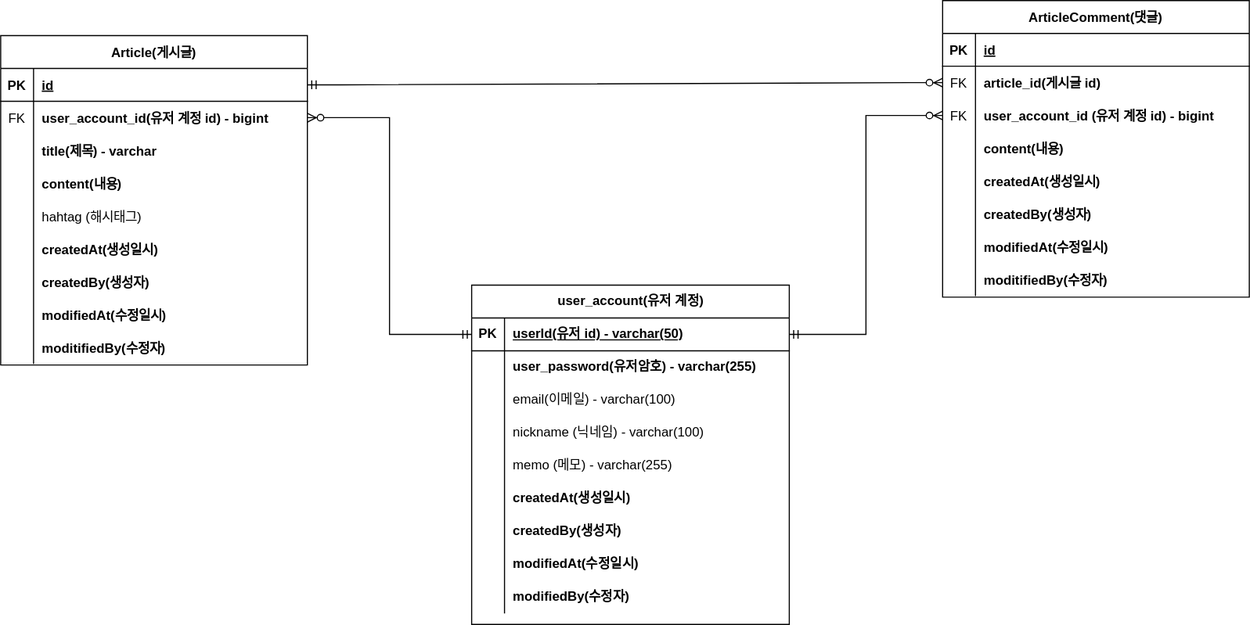
Before: document/project-board-erd.svg, a diagram exported from draw.io (dongmin132/board-springBoot). Source tidied: cells renumbered, new cells last; positions are measured from the earlier drawing's top-left corner, leaving out a move shared by most shapes.
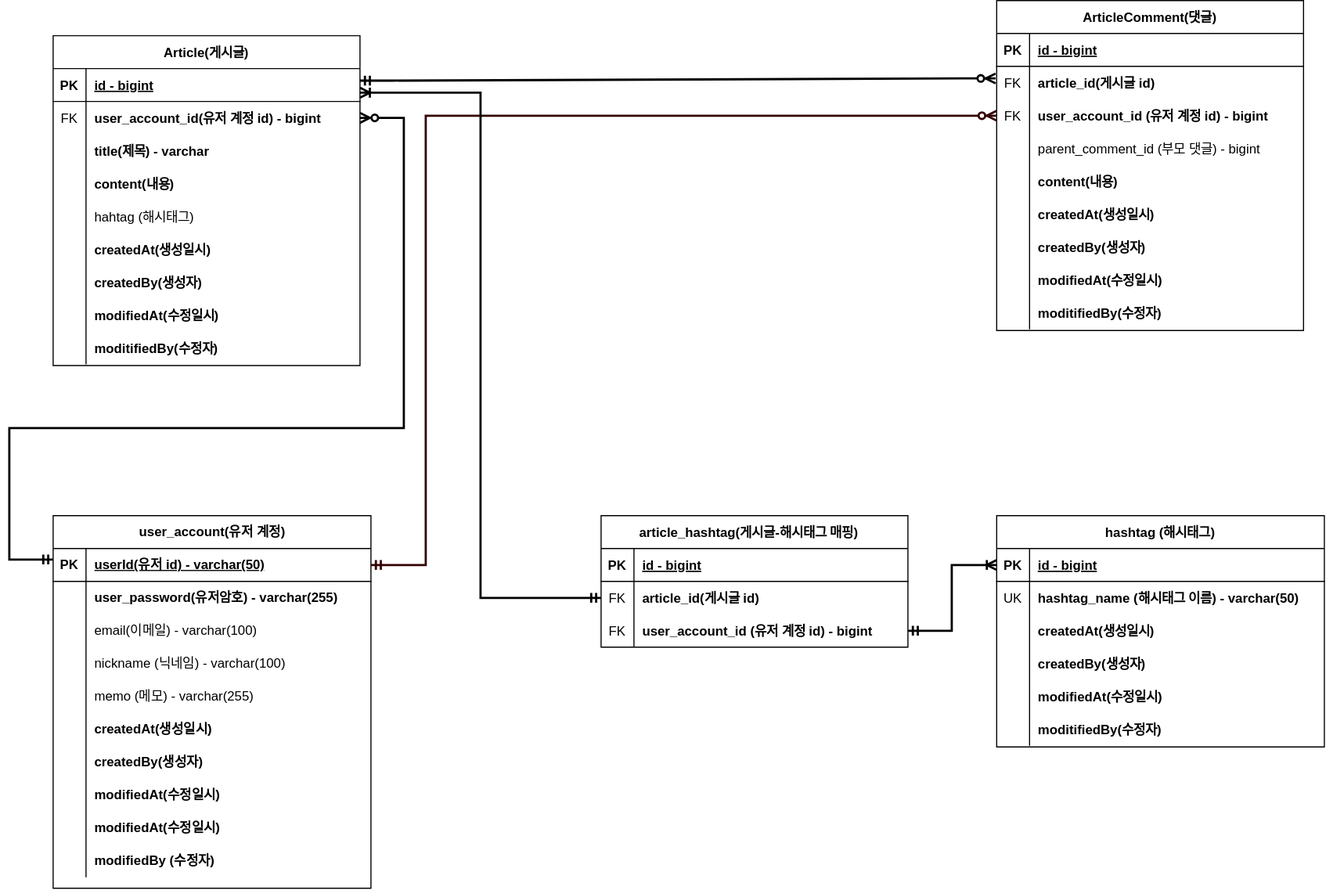
Later version of the same file.

Commit message:
#55 - use-acse 추가 및 코드 리팩토링

Change to the diagram source:
```diff
@@ -11,7 +11,7 @@
     <mxCell id="4" value="PK" style="shape=partialRectangle;overflow=hidden;fillColor=none;top=0;left=0;bottom=0;right=0;fontStyle=1;" parent="3" vertex="1">
       <mxGeometry width="30" height="30" as="geometry" />
     </mxCell>
-    <mxCell id="5" value="id" style="shape=partialRectangle;overflow=hidden;fillColor=none;top=0;left=0;bottom=0;right=0;align=left;spacingLeft=6;fontStyle=5;" parent="3" vertex="1">
+    <mxCell id="5" value="id - bigint" style="shape=partialRectangle;overflow=hidden;fillColor=none;top=0;left=0;bottom=0;right=0;align=left;spacingLeft=6;fontStyle=5;" parent="3" vertex="1">
       <mxGeometry x="30" width="250" height="30" as="geometry" />
     </mxCell>
     <mxCell id="6" style="shape=partialRectangle;fillColor=none;points=[[0,0.5],[1,0.5]];portConstraint=eastwest;top=0;left=0;right=0;bottom=0;" parent="2" vertex="1">
@@ -87,7 +87,7 @@
       <mxGeometry x="30" width="250" height="30" as="geometry" />
     </mxCell>
     <mxCell id="30" value="ArticleComment(댓글)" style="shape=table;startSize=30;rowLines=0;fontStyle=1;align=center;" parent="1" vertex="1">
-      <mxGeometry x="860" width="280" height="271" as="geometry" />
+      <mxGeometry x="861" width="280" height="301" as="geometry" />
     </mxCell>
     <mxCell id="31" style="shape=partialRectangle;fillColor=none;top=0;left=0;right=0;bottom=1;" parent="30" vertex="1">
       <mxGeometry y="30" width="280" height="30" as="geometry" />
@@ -95,7 +95,7 @@
     <mxCell id="32" value="PK" style="shape=partialRectangle;overflow=hidden;fillColor=none;top=0;left=0;bottom=0;right=0;fontStyle=1;" parent="31" vertex="1">
       <mxGeometry width="30" height="30" as="geometry" />
     </mxCell>
-    <mxCell id="33" value="id" style="shape=partialRectangle;overflow=hidden;fillColor=none;top=0;left=0;bottom=0;right=0;align=left;spacingLeft=6;fontStyle=5;" parent="31" vertex="1">
+    <mxCell id="33" value="id - bigint" style="shape=partialRectangle;overflow=hidden;fillColor=none;top=0;left=0;bottom=0;right=0;align=left;spacingLeft=6;fontStyle=5;" parent="31" vertex="1">
       <mxGeometry x="30" width="250" height="30" as="geometry" />
     </mxCell>
     <mxCell id="34" style="shape=partialRectangle;fillColor=none;points=[[0,0.5],[1,0.5]];portConstraint=eastwest;top=0;left=0;right=0;bottom=0;" parent="30" vertex="1">
@@ -116,8 +116,17 @@
     <mxCell id="39" value="user_account_id (유저 계정 id) - bigint" style="shape=partialRectangle;overflow=hidden;fillColor=none;top=0;left=0;bottom=0;right=0;align=left;spacingLeft=6;fontStyle=1;" parent="37" vertex="1">
       <mxGeometry x="30" width="250" height="30" as="geometry" />
     </mxCell>
+    <mxCell id="87" style="shape=partialRectangle;fillColor=none;top=0;left=0;right=0;bottom=0;" parent="30" vertex="1">
+      <mxGeometry y="120" width="280" height="30" as="geometry" />
+    </mxCell>
+    <mxCell id="88" style="shape=partialRectangle;overflow=hidden;fillColor=none;top=0;left=0;bottom=0;right=0;" parent="87" vertex="1">
+      <mxGeometry width="30" height="30" as="geometry" />
+    </mxCell>
+    <mxCell id="89" value="parent_comment_id (부모 댓글) - bigint" style="shape=partialRectangle;overflow=hidden;fillColor=none;top=0;left=0;bottom=0;right=0;align=left;spacingLeft=6;fontStyle=0;" parent="87" vertex="1">
+      <mxGeometry x="30" width="250" height="30" as="geometry" />
+    </mxCell>
     <mxCell id="40" style="shape=partialRectangle;fillColor=none;top=0;left=0;right=0;bottom=0;" parent="30" vertex="1">
-      <mxGeometry y="120" width="280" height="30" as="geometry" />
+      <mxGeometry y="150" width="280" height="30" as="geometry" />
     </mxCell>
     <mxCell id="41" style="shape=partialRectangle;overflow=hidden;fillColor=none;top=0;left=0;bottom=0;right=0;" parent="40" vertex="1">
       <mxGeometry width="30" height="30" as="geometry" />
@@ -126,7 +135,7 @@
       <mxGeometry x="30" width="250" height="30" as="geometry" />
     </mxCell>
     <mxCell id="43" style="shape=partialRectangle;fillColor=none;top=0;left=0;right=0;bottom=0;" parent="30" vertex="1">
-      <mxGeometry y="150" width="280" height="30" as="geometry" />
+      <mxGeometry y="180" width="280" height="30" as="geometry" />
     </mxCell>
     <mxCell id="44" style="shape=partialRectangle;overflow=hidden;fillColor=none;top=0;left=0;bottom=0;right=0;" parent="43" vertex="1">
       <mxGeometry width="30" height="30" as="geometry" />
@@ -135,7 +144,7 @@
       <mxGeometry x="30" width="250" height="30" as="geometry" />
     </mxCell>
     <mxCell id="46" style="shape=partialRectangle;fillColor=none;top=0;left=0;right=0;bottom=0;" parent="30" vertex="1">
-      <mxGeometry y="180" width="280" height="30" as="geometry" />
+      <mxGeometry y="210" width="280" height="30" as="geometry" />
     </mxCell>
     <mxCell id="47" style="shape=partialRectangle;overflow=hidden;fillColor=none;top=0;left=0;bottom=0;right=0;" parent="46" vertex="1">
       <mxGeometry width="30" height="30" as="geometry" />
@@ -144,7 +153,7 @@
       <mxGeometry x="30" width="250" height="30" as="geometry" />
     </mxCell>
     <mxCell id="49" style="shape=partialRectangle;fillColor=none;top=0;left=0;right=0;bottom=0;" parent="30" vertex="1">
-      <mxGeometry y="210" width="280" height="30" as="geometry" />
+      <mxGeometry y="240" width="280" height="30" as="geometry" />
     </mxCell>
     <mxCell id="50" style="shape=partialRectangle;overflow=hidden;fillColor=none;top=0;left=0;bottom=0;right=0;" parent="49" vertex="1">
       <mxGeometry width="30" height="30" as="geometry" />
@@ -153,7 +162,7 @@
       <mxGeometry x="30" width="250" height="30" as="geometry" />
     </mxCell>
     <mxCell id="52" style="shape=partialRectangle;fillColor=none;top=0;left=0;right=0;bottom=0;" parent="30" vertex="1">
-      <mxGeometry y="240" width="280" height="30" as="geometry" />
+      <mxGeometry y="270" width="280" height="30" as="geometry" />
     </mxCell>
     <mxCell id="53" style="shape=partialRectangle;overflow=hidden;fillColor=none;top=0;left=0;bottom=0;right=0;" parent="52" vertex="1">
       <mxGeometry width="30" height="30" as="geometry" />
@@ -162,7 +171,7 @@
       <mxGeometry x="30" width="250" height="30" as="geometry" />
     </mxCell>
     <mxCell id="55" value="user_account(유저 계정)" style="shape=table;startSize=30;rowLines=0;fontStyle=1;align=center;html=1;" parent="1" vertex="1">
-      <mxGeometry x="430" y="260" width="290" height="310" as="geometry" />
+      <mxGeometry y="470" width="290" height="340" as="geometry" />
     </mxCell>
     <mxCell id="56" style="shape=tableRow;horizontal=0;startSize=0;swimlaneHead=0;swimlaneBody=0;fillColor=none;points=[[0,0.5],[1,0.5]];portConstraint=eastwest;top=0;left=0;right=0;bottom=1;" parent="55" vertex="1">
       <mxGeometry y="30" width="290" height="30" as="geometry" />
@@ -236,26 +245,145 @@
     <mxCell id="79" value="&lt;b&gt;modifiedAt(수정일시)&lt;/b&gt;" style="shape=partialRectangle;fillColor=none;top=0;left=0;bottom=0;right=0;align=left;spacingLeft=6;overflow=hidden;whiteSpace=wrap;html=1;" parent="77" vertex="1">
       <mxGeometry x="30" width="260" height="30" as="geometry" />
     </mxCell>
+    <mxCell id="90" style="shape=tableRow;horizontal=0;startSize=0;swimlaneHead=0;swimlaneBody=0;fillColor=none;top=0;left=0;right=0;bottom=0;" parent="55" vertex="1">
+      <mxGeometry y="270" width="290" height="30" as="geometry" />
+    </mxCell>
+    <mxCell id="91" style="shape=partialRectangle;fillColor=none;top=0;left=0;bottom=0;right=0;overflow=hidden;whiteSpace=wrap;html=1;" parent="90" vertex="1">
+      <mxGeometry width="30" height="30" as="geometry" />
+    </mxCell>
+    <mxCell id="92" value="&lt;b&gt;modifiedAt(수정일시)&lt;/b&gt;" style="shape=partialRectangle;fillColor=none;top=0;left=0;bottom=0;right=0;align=left;spacingLeft=6;overflow=hidden;whiteSpace=wrap;html=1;" parent="90" vertex="1">
+      <mxGeometry x="30" width="260" height="30" as="geometry" />
+    </mxCell>
     <mxCell id="80" style="shape=tableRow;horizontal=0;startSize=0;swimlaneHead=0;swimlaneBody=0;fillColor=none;top=0;left=0;right=0;bottom=0;" parent="55" vertex="1">
-      <mxGeometry y="270" width="290" height="30" as="geometry" />
+      <mxGeometry y="300" width="290" height="30" as="geometry" />
     </mxCell>
     <mxCell id="81" style="shape=partialRectangle;fillColor=none;top=0;left=0;bottom=0;right=0;overflow=hidden;whiteSpace=wrap;html=1;" parent="80" vertex="1">
       <mxGeometry width="30" height="30" as="geometry" />
     </mxCell>
-    <mxCell id="82" style="shape=partialRectangle;fillColor=none;top=0;left=0;bottom=0;right=0;align=left;spacingLeft=6;overflow=hidden;whiteSpace=wrap;html=1;" parent="80" vertex="1">
+    <mxCell id="82" value="modifiedBy (수정자)" style="shape=partialRectangle;fillColor=none;top=0;left=0;bottom=0;right=0;align=left;spacingLeft=6;overflow=hidden;whiteSpace=wrap;html=1;fontStyle=1;" parent="80" vertex="1">
       <mxGeometry x="30" width="260" height="30" as="geometry" />
     </mxCell>
-    <mxCell id="83" style="edgeStyle=entityRelationEdgeStyle;fontSize=12;html=1;endArrow=ERzeroToMany;startArrow=ERmandOne;rounded=0;" parent="1" edge="1" source="3" target="34">
-      <mxGeometry relative="1" as="geometry" />
+    <mxCell id="83" style="edgeStyle=entityRelationEdgeStyle;fontSize=12;html=1;endArrow=ERzeroToMany;startArrow=ERmandOne;rounded=0;strokeWidth=2;" parent="1" edge="1">
+      <mxGeometry relative="1" as="geometry">
+        <mxPoint x="280" y="73" as="sourcePoint" />
+        <mxPoint x="860" y="71" as="targetPoint" />
+        <Array as="points">
+          <mxPoint x="570" y="36" />
+          <mxPoint x="570" y="186" />
+        </Array>
+      </mxGeometry>
     </mxCell>
+    <mxCell id="85" style="edgeStyle=elbowEdgeStyle;fontSize=12;html=1;endArrow=ERzeroToMany;startArrow=ERmandOne;rounded=0;jumpStyle=gap;fillColor=#fff2cc;strokeColor=#330000;fontStyle=1;strokeWidth=2;" parent="1" edge="1" source="56" target="37">
+      <mxGeometry relative="1" as="geometry">
+        <Array as="points">
+          <mxPoint x="340" y="310" />
+        </Array>
+      </mxGeometry>
+    </mxCell>
-    <mxCell id="84" style="edgeStyle=elbowEdgeStyle;fontSize=12;html=1;endArrow=ERzeroToMany;startArrow=ERmandOne;rounded=0;" parent="1" edge="1" source="56" target="6">
-      <mxGeometry relative="1" as="geometry" />
+    <mxCell id="84" style="endArrow=ERzeroToMany;html=1;rounded=0;labelBackgroundColor=default;strokeColor=default;fontFamily=Helvetica;fontSize=12;fontColor=default;targetPerimeterSpacing=0;shape=connector;elbow=vertical;edgeStyle=orthogonalEdgeStyle;entryX=1;entryY=0.5;entryDx=0;entryDy=0;startArrow=ERmandOne;startFill=0;endFill=0;exitX=0;exitY=0.333;exitDx=0;exitDy=0;exitPerimeter=0;strokeWidth=2;" parent="1" edge="1" source="56" target="6">
+      <mxGeometry relative="1" as="geometry">
+        <Array as="points">
+          <mxPoint x="-40" y="510" />
+          <mxPoint x="-40" y="390" />
+          <mxPoint x="320" y="390" />
+          <mxPoint x="320" y="107" />
+        </Array>
+      </mxGeometry>
     </mxCell>
-    <mxCell id="85" style="edgeStyle=elbowEdgeStyle;fontSize=12;html=1;endArrow=ERzeroToMany;startArrow=ERmandOne;rounded=0;" parent="1" edge="1" source="56" target="37">
-      <mxGeometry relative="1" as="geometry" />
-    </mxCell>
-    <mxCell id="86" value="&lt;b&gt;modifiedBy(수정자)&lt;/b&gt;" style="shape=partialRectangle;fillColor=none;top=0;left=0;bottom=0;right=0;align=left;spacingLeft=6;overflow=hidden;whiteSpace=wrap;html=1;" parent="1" vertex="1">
-      <mxGeometry x="460" y="530" width="260" height="30" as="geometry" />
-    </mxCell>
+    <mxCell id="93" style="endArrow=ERmandOne;html=1;rounded=0;labelBackgroundColor=default;strokeColor=default;fontFamily=Helvetica;fontSize=12;fontColor=default;targetPerimeterSpacing=0;shape=connector;exitX=1;exitY=0.867;exitDx=0;exitDy=0;exitPerimeter=0;startArrow=ERoneToMany;startFill=0;edgeStyle=elbowEdgeStyle;endFill=0;entryX=0;entryY=0.5;entryDx=0;entryDy=0;strokeWidth=2;" parent="1" edge="1" target="98">
+      <mxGeometry relative="1" as="geometry">
+        <mxPoint x="280" y="84" as="sourcePoint" />
+      </mxGeometry>
+    </mxCell>
+    <mxCell id="94" value="article_hashtag(게시글-해시태그 매핑)   " style="shape=table;startSize=30;rowLines=0;fontStyle=1;align=center;" parent="1" vertex="1">
+      <mxGeometry x="500" y="470" width="280" height="120" as="geometry" />
+    </mxCell>
+    <mxCell id="95" style="shape=partialRectangle;fillColor=none;top=0;left=0;right=0;bottom=1;" parent="94" vertex="1">
+      <mxGeometry y="30" width="280" height="30" as="geometry" />
+    </mxCell>
+    <mxCell id="96" value="PK" style="shape=partialRectangle;overflow=hidden;fillColor=none;top=0;left=0;bottom=0;right=0;fontStyle=1;" parent="95" vertex="1">
+      <mxGeometry width="30" height="30" as="geometry" />
+    </mxCell>
+    <mxCell id="97" value="id - bigint" style="shape=partialRectangle;overflow=hidden;fillColor=none;top=0;left=0;bottom=0;right=0;align=left;spacingLeft=6;fontStyle=5;" parent="95" vertex="1">
+      <mxGeometry x="30" width="250" height="30" as="geometry" />
+    </mxCell>
+    <mxCell id="98" style="shape=partialRectangle;fillColor=none;points=[[0,0.5],[1,0.5]];portConstraint=eastwest;top=0;left=0;right=0;bottom=0;" parent="94" vertex="1">
+      <mxGeometry y="60" width="280" height="30" as="geometry" />
+    </mxCell>
+    <mxCell id="99" value="FK" style="shape=partialRectangle;overflow=hidden;fillColor=none;top=0;left=0;bottom=0;right=0;" parent="98" vertex="1">
+      <mxGeometry width="30" height="30" as="geometry" />
+    </mxCell>
+    <mxCell id="100" value="article_id(게시글 id)" style="shape=partialRectangle;overflow=hidden;fillColor=none;top=0;left=0;bottom=0;right=0;align=left;spacingLeft=6;fontStyle=1;" parent="98" vertex="1">
+      <mxGeometry x="30" width="250" height="30" as="geometry" />
+    </mxCell>
+    <mxCell id="101" style="shape=partialRectangle;fillColor=none;points=[[0,0.5],[1,0.5]];portConstraint=eastwest;top=0;left=0;right=0;bottom=0;" parent="94" vertex="1">
+      <mxGeometry y="90" width="280" height="30" as="geometry" />
+    </mxCell>
+    <mxCell id="102" value="FK" style="shape=partialRectangle;overflow=hidden;fillColor=none;top=0;left=0;bottom=0;right=0;" parent="101" vertex="1">
+      <mxGeometry width="30" height="30" as="geometry" />
+    </mxCell>
+    <mxCell id="103" value="user_account_id (유저 계정 id) - bigint" style="shape=partialRectangle;overflow=hidden;fillColor=none;top=0;left=0;bottom=0;right=0;align=left;spacingLeft=6;fontStyle=1;" parent="101" vertex="1">
+      <mxGeometry x="30" width="250" height="30" as="geometry" />
+    </mxCell>
+    <mxCell id="104" value="hashtag (해시태그)" style="shape=table;startSize=30;rowLines=0;fontStyle=1;align=center;" parent="1" vertex="1">
+      <mxGeometry x="861" y="470" width="299" height="211" as="geometry" />
+    </mxCell>
+    <mxCell id="105" style="shape=partialRectangle;fillColor=none;points=[[0,0.5],[1,0.5]];portConstraint=eastwest;top=0;left=0;right=0;bottom=1;" parent="104" vertex="1">
+      <mxGeometry y="30" width="299" height="30" as="geometry" />
+    </mxCell>
+    <mxCell id="106" value="PK" style="shape=partialRectangle;overflow=hidden;fillColor=none;top=0;left=0;bottom=0;right=0;fontStyle=1;" parent="105" vertex="1">
+      <mxGeometry width="30" height="30" as="geometry" />
+    </mxCell>
+    <mxCell id="107" value="id - bigint" style="shape=partialRectangle;overflow=hidden;fillColor=none;top=0;left=0;bottom=0;right=0;align=left;spacingLeft=6;fontStyle=5;" parent="105" vertex="1">
+      <mxGeometry x="30" width="269" height="30" as="geometry" />
+    </mxCell>
+    <mxCell id="108" style="shape=partialRectangle;fillColor=none;top=0;left=0;right=0;bottom=0;" parent="104" vertex="1">
+      <mxGeometry y="60" width="299" height="30" as="geometry" />
+    </mxCell>
+    <mxCell id="109" value="UK" style="shape=partialRectangle;overflow=hidden;fillColor=none;top=0;left=0;bottom=0;right=0;" parent="108" vertex="1">
+      <mxGeometry width="30" height="30" as="geometry" />
+    </mxCell>
+    <mxCell id="110" value="hashtag_name (해시태그 이름) - varchar(50)" style="shape=partialRectangle;overflow=hidden;fillColor=none;top=0;left=0;bottom=0;right=0;align=left;spacingLeft=6;fontStyle=1;" parent="108" vertex="1">
+      <mxGeometry x="30" width="269" height="30" as="geometry" />
+    </mxCell>
+    <mxCell id="111" style="shape=partialRectangle;fillColor=none;top=0;left=0;right=0;bottom=0;" parent="104" vertex="1">
+      <mxGeometry y="90" width="299" height="30" as="geometry" />
+    </mxCell>
+    <mxCell id="112" style="shape=partialRectangle;overflow=hidden;fillColor=none;top=0;left=0;bottom=0;right=0;" parent="111" vertex="1">
+      <mxGeometry width="30" height="30" as="geometry" />
+    </mxCell>
+    <mxCell id="113" value="createdAt(생성일시)" style="shape=partialRectangle;overflow=hidden;fillColor=none;top=0;left=0;bottom=0;right=0;align=left;spacingLeft=6;fontStyle=1;" parent="111" vertex="1">
+      <mxGeometry x="30" width="269" height="30" as="geometry" />
+    </mxCell>
+    <mxCell id="114" style="shape=partialRectangle;fillColor=none;top=0;left=0;right=0;bottom=0;" parent="104" vertex="1">
+      <mxGeometry y="120" width="299" height="30" as="geometry" />
+    </mxCell>
+    <mxCell id="115" style="shape=partialRectangle;overflow=hidden;fillColor=none;top=0;left=0;bottom=0;right=0;" parent="114" vertex="1">
+      <mxGeometry width="30" height="30" as="geometry" />
+    </mxCell>
+    <mxCell id="116" value="createdBy(생성자)" style="shape=partialRectangle;overflow=hidden;fillColor=none;top=0;left=0;bottom=0;right=0;align=left;spacingLeft=6;fontStyle=1;" parent="114" vertex="1">
+      <mxGeometry x="30" width="269" height="30" as="geometry" />
+    </mxCell>
+    <mxCell id="117" style="shape=partialRectangle;fillColor=none;top=0;left=0;right=0;bottom=0;" parent="104" vertex="1">
+      <mxGeometry y="150" width="299" height="30" as="geometry" />
+    </mxCell>
+    <mxCell id="118" style="shape=partialRectangle;overflow=hidden;fillColor=none;top=0;left=0;bottom=0;right=0;" parent="117" vertex="1">
+      <mxGeometry width="30" height="30" as="geometry" />
+    </mxCell>
+    <mxCell id="119" value="modifiedAt(수정일시)" style="shape=partialRectangle;overflow=hidden;fillColor=none;top=0;left=0;bottom=0;right=0;align=left;spacingLeft=6;fontStyle=1;" parent="117" vertex="1">
+      <mxGeometry x="30" width="269" height="30" as="geometry" />
+    </mxCell>
+    <mxCell id="120" style="shape=partialRectangle;fillColor=none;top=0;left=0;right=0;bottom=0;" parent="104" vertex="1">
+      <mxGeometry y="180" width="299" height="30" as="geometry" />
+    </mxCell>
+    <mxCell id="121" style="shape=partialRectangle;overflow=hidden;fillColor=none;top=0;left=0;bottom=0;right=0;" parent="120" vertex="1">
+      <mxGeometry width="30" height="30" as="geometry" />
+    </mxCell>
+    <mxCell id="122" value="moditifiedBy(수정자)" style="shape=partialRectangle;overflow=hidden;fillColor=none;top=0;left=0;bottom=0;right=0;align=left;spacingLeft=6;fontStyle=1;" parent="120" vertex="1">
+      <mxGeometry x="30" width="269" height="30" as="geometry" />
+    </mxCell>
+    <mxCell id="123" style="endArrow=ERoneToMany;html=1;rounded=0;labelBackgroundColor=default;strokeColor=default;fontFamily=Helvetica;fontSize=12;fontColor=default;targetPerimeterSpacing=0;shape=connector;entryX=0;entryY=0.5;entryDx=0;entryDy=0;exitX=1;exitY=0.5;exitDx=0;exitDy=0;edgeStyle=elbowEdgeStyle;startArrow=ERmandOne;startFill=0;endFill=0;strokeWidth=2;" parent="1" edge="1" source="101" target="105">
+      <mxGeometry relative="1" as="geometry" />
+    </mxCell>
   </root>
 </mxGraphModel>
```
